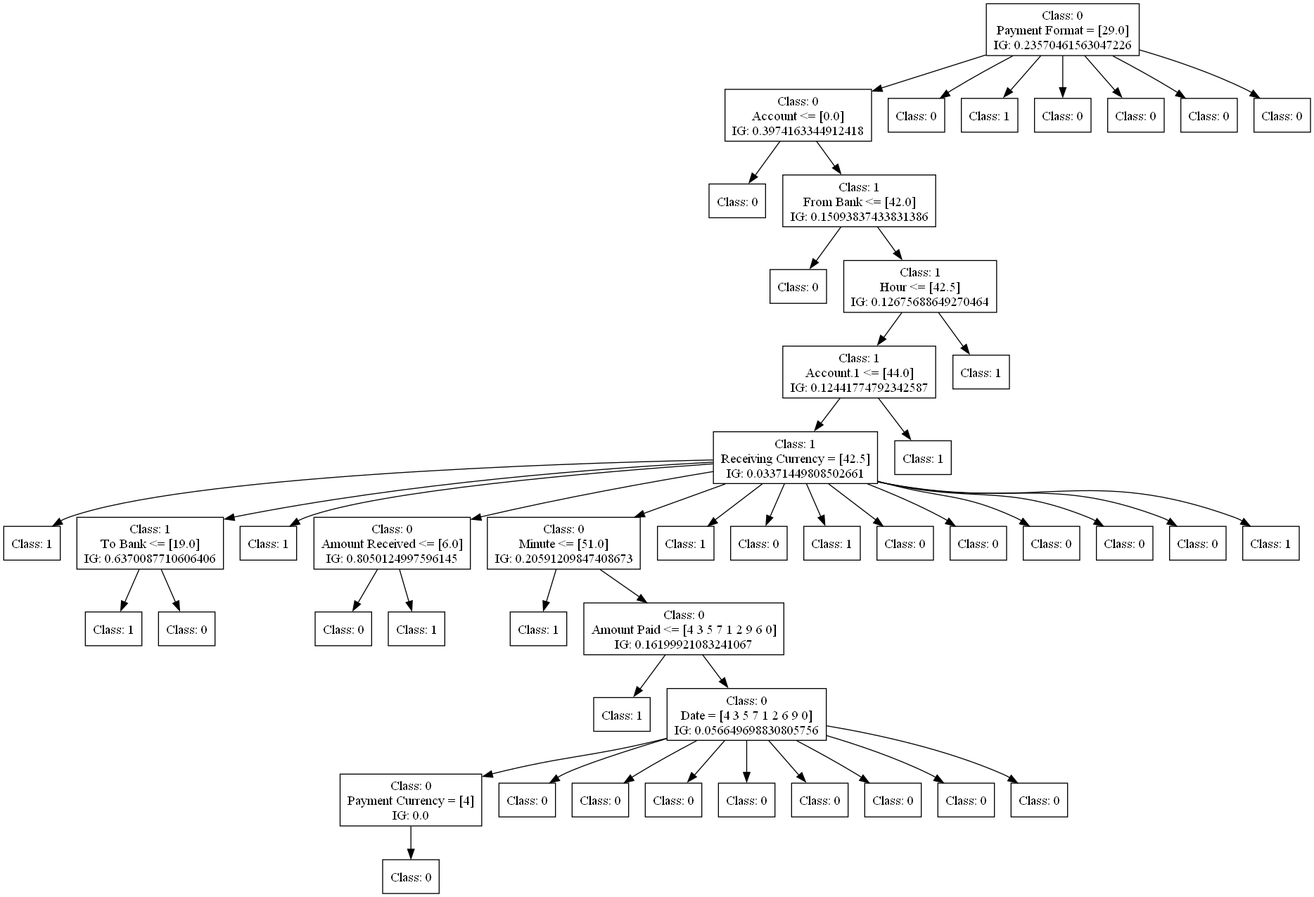
Before: dot_figs/tree-c45-undersampling.png, a diagram exported from Graphviz (FedericoBruzzone/anti-money-laundering). Its source is kept beside it as dot_figs/tree-c45-undersampling.dot.
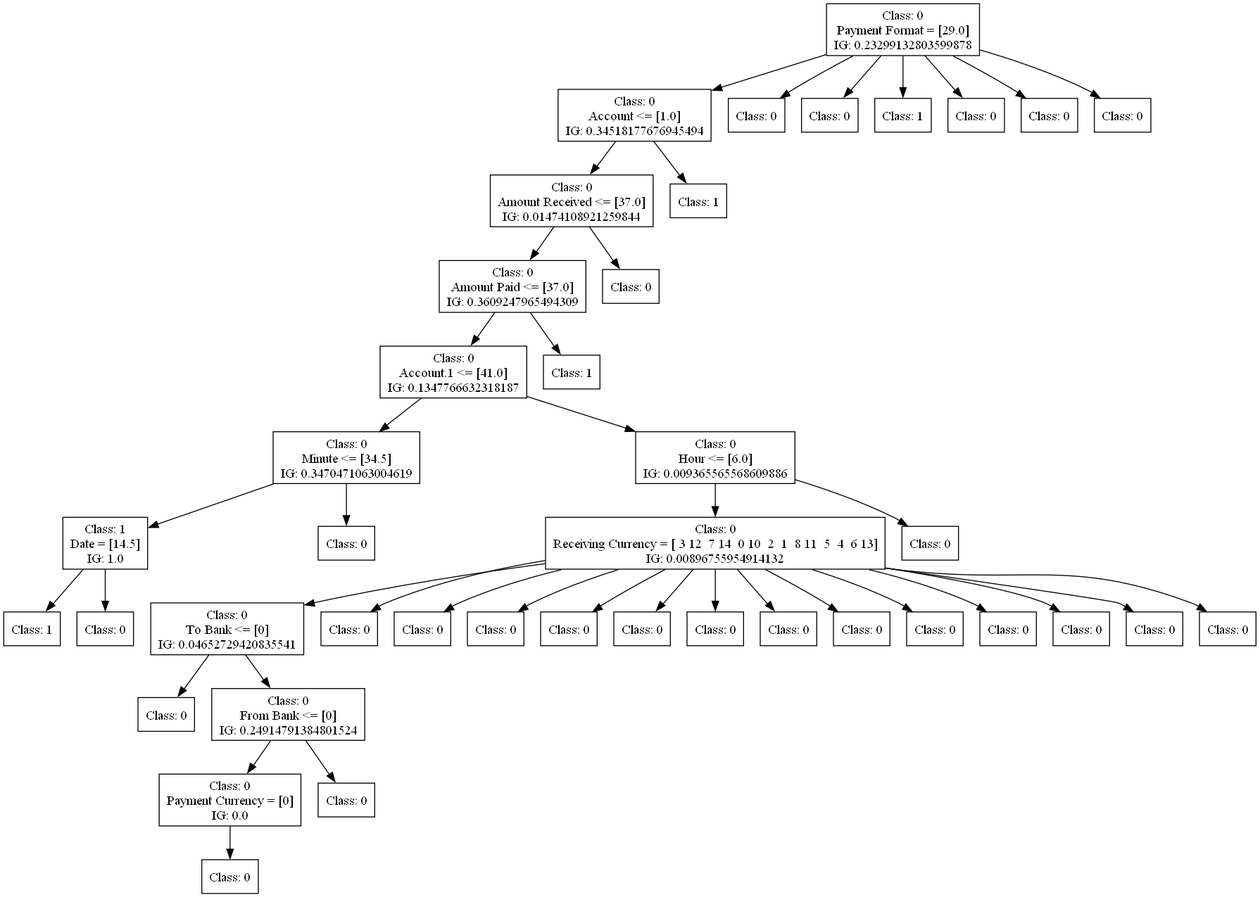
After the change.

The edit, as a diff of the source:
```diff
@@ -1,159 +1,138 @@
 digraph DecisionTree {
 	rankdir=TD;
 	node [shape=box];
-	2509816995056 [label="Class: 0
+	2604055688624 [label="Class: 0
 Payment Format = [29.0]
-IG: 0.23570461563047226"];
-	2509932849920 [label="Class: 0
-Account <= [0.0]
-IG: 0.3974163344912418"];
-	2509816995056 -> 2509932849920;
-	2509728976128 [label="Class: 0
+IG: 0.23299132803599878"];
+	2604055723552 [label="Class: 0
+Account <= [1.0]
+IG: 0.34518177676945494"];
+	2604055688624 -> 2604055723552;
+	2604055723840 [label="Class: 0
+Amount Received <= [37.0]
+IG: 0.01474108921259844"];
+	2604055723552 -> 2604055723840;
+	2604055719952 [label="Class: 0
+Amount Paid <= [37.0]
+IG: 0.3609247965494309"];
+	2604055723840 -> 2604055719952;
+	2604055717072 [label="Class: 0
+Account.1 <= [41.0]
+IG: 0.1347766632318187"];
+	2604055719952 -> 2604055717072;
+	2604055722400 [label="Class: 0
+Minute <= [34.5]
+IG: 0.3470471063004619"];
+	2604055717072 -> 2604055722400;
+	2604055719136 [label="Class: 1
+Date = [14.5]
+IG: 1.0"];
+	2604055722400 -> 2604055719136;
+	2604055721104 [label="Class: 1
 "];
-	2509932849920 -> 2509728976128;
-	2509728976560 [label="Class: 1
-From Bank <= [42.0]
-IG: 0.15093837433831386"];
-	2509932849920 -> 2509728976560;
-	2509728984288 [label="Class: 0
+	2604055719136 -> 2604055721104;
+	2604055723264 [label="Class: 0
 "];
-	2509728976560 -> 2509728984288;
-	2509728984480 [label="Class: 1
-Hour <= [42.5]
-IG: 0.12675688649270464"];
-	2509728976560 -> 2509728984480;
-	2509728746032 [label="Class: 1
-Account.1 <= [44.0]
-IG: 0.12441774792342587"];
-	2509728984480 -> 2509728746032;
-	2509728753472 [label="Class: 1
-Receiving Currency = [42.5]
-IG: 0.03371449808502661"];
-	2509728746032 -> 2509728753472;
-	2509728758512 [label="Class: 1
+	2604055719136 -> 2604055723264;
+	2604055718608 [label="Class: 0
 "];
-	2509728753472 -> 2509728758512;
-	2509728755920 [label="Class: 1
-To Bank <= [19.0]
-IG: 0.6370087710606406"];
-	2509728753472 -> 2509728755920;
-	2509728732048 [label="Class: 1
+	2604055722400 -> 2604055718608;
+	2604055722016 [label="Class: 0
+Hour <= [6.0]
+IG: 0.009365565568609886"];
+	2604055717072 -> 2604055722016;
+	2604055722544 [label="Class: 0
+Receiving Currency = [ 3 12  7 14  0 10  2  1  8 11  5  4  6 13]
+IG: 0.00896755954914132"];
+	2604055722016 -> 2604055722544;
+	2604055718032 [label="Class: 0
+To Bank <= [0]
+IG: 0.04652729420835541"];
+	2604055722544 -> 2604055718032;
+	2604055716832 [label="Class: 0
 "];
-	2509728755920 -> 2509728732048;
-	2509728732480 [label="Class: 0
+	2604055718032 -> 2604055716832;
+	2604003772304 [label="Class: 0
+From Bank <= [0]
+IG: 0.24914791384801524"];
+	2604055718032 -> 2604003772304;
+	2604003772592 [label="Class: 0
+Payment Currency = [0]
+IG: 0.0"];
+	2604003772304 -> 2604003772592;
+	2604003770960 [label="Class: 0
 "];
-	2509728755920 -> 2509728732480;
-	2509728756832 [label="Class: 1
+	2604003772592 -> 2604003770960;
+	2604003773024 [label="Class: 0
 "];
-	2509728753472 -> 2509728756832;
-	2509728759760 [label="Class: 0
-Amount Received <= [6.0]
-IG: 0.8050124997596145"];
-	2509728753472 -> 2509728759760;
-	2509728734400 [label="Class: 0
+	2604003772304 -> 2604003773024;
+	2604055716688 [label="Class: 0
 "];
-	2509728759760 -> 2509728734400;
-	2509728734832 [label="Class: 1
+	2604055722544 -> 2604055716688;
+	2604055720144 [label="Class: 0
 "];
-	2509728759760 -> 2509728734832;
-	2509728759664 [label="Class: 0
-Minute <= [51.0]
-IG: 0.20591209847408673"];
-	2509728753472 -> 2509728759664;
-	2509728737136 [label="Class: 1
+	2604055722544 -> 2604055720144;
+	2604055721440 [label="Class: 0
 "];
-	2509728759664 -> 2509728737136;
-	2509728737568 [label="Class: 0
-Amount Paid <= [4 3 5 7 1 2 9 6 0]
-IG: 0.16199921083241067"];
-	2509728759664 -> 2509728737568;
-	2509728739632 [label="Class: 1
+	2604055722544 -> 2604055721440;
+	2604055718320 [label="Class: 0
 "];
-	2509728737568 -> 2509728739632;
-	2509728740064 [label="Class: 0
-Date = [4 3 5 7 1 2 6 9 0]
-IG: 0.056649698830805756"];
-	2509728737568 -> 2509728740064;
-	2509728741936 [label="Class: 0
-Payment Currency = [4]
-IG: 0.0"];
-	2509728740064 -> 2509728741936;
-	2509728740352 [label="Class: 0
+	2604055722544 -> 2604055718320;
+	2604055718944 [label="Class: 0
 "];
-	2509728741936 -> 2509728740352;
-	2509728741840 [label="Class: 0
+	2604055722544 -> 2604055718944;
+	2604055722640 [label="Class: 0
 "];
-	2509728740064 -> 2509728741840;
-	2509728741600 [label="Class: 0
+	2604055722544 -> 2604055722640;
+	2604055717744 [label="Class: 0
 "];
-	2509728740064 -> 2509728741600;
-	2509728740400 [label="Class: 0
+	2604055722544 -> 2604055717744;
+	2604003771008 [label="Class: 0
 "];
-	2509728740064 -> 2509728740400;
-	2509728741744 [label="Class: 0
+	2604055722544 -> 2604003771008;
+	2604003771344 [label="Class: 0
 "];
-	2509728740064 -> 2509728741744;
-	2509728734352 [label="Class: 0
+	2604055722544 -> 2604003771344;
+	2604003771584 [label="Class: 0
 "];
-	2509728740064 -> 2509728734352;
-	2509728734304 [label="Class: 0
+	2604055722544 -> 2604003771584;
+	2604003770864 [label="Class: 0
 "];
-	2509728740064 -> 2509728734304;
-	2509728742128 [label="Class: 0
+	2604055722544 -> 2604003770864;
+	2604003771872 [label="Class: 0
 "];
-	2509728740064 -> 2509728742128;
-	2509728742080 [label="Class: 0
+	2604055722544 -> 2604003771872;
+	2604003771104 [label="Class: 0
 "];
-	2509728740064 -> 2509728742080;
-	2509728759616 [label="Class: 1
+	2604055722544 -> 2604003771104;
+	2604055719760 [label="Class: 0
 "];
-	2509728753472 -> 2509728759616;
-	2509728757600 [label="Class: 0
+	2604055722016 -> 2604055719760;
+	2604055720864 [label="Class: 1
 "];
-	2509728753472 -> 2509728757600;
-	2509728757552 [label="Class: 1
+	2604055719952 -> 2604055720864;
+	2604055717552 [label="Class: 0
 "];
-	2509728753472 -> 2509728757552;
-	2509728728064 [label="Class: 0
+	2604055723840 -> 2604055717552;
+	2604055723984 [label="Class: 1
 "];
-	2509728753472 -> 2509728728064;
-	2509728728688 [label="Class: 0
+	2604055723552 -> 2604055723984;
+	2604055723888 [label="Class: 0
 "];
-	2509728753472 -> 2509728728688;
-	2509728728880 [label="Class: 0
+	2604055688624 -> 2604055723888;
+	2604055717600 [label="Class: 0
 "];
-	2509728753472 -> 2509728728880;
-	2509728729024 [label="Class: 0
+	2604055688624 -> 2604055717600;
+	2604055718656 [label="Class: 1
 "];
-	2509728753472 -> 2509728729024;
-	2509728729168 [label="Class: 0
+	2604055688624 -> 2604055718656;
+	2604055723120 [label="Class: 0
 "];
-	2509728753472 -> 2509728729168;
-	2509728729312 [label="Class: 1
+	2604055688624 -> 2604055723120;
+	2604055722352 [label="Class: 0
 "];
-	2509728753472 -> 2509728729312;
-	2509728753904 [label="Class: 1
+	2604055688624 -> 2604055722352;
+	2604055722304 [label="Class: 0
 "];
-	2509728746032 -> 2509728753904;
-	2509728746464 [label="Class: 1
-"];
-	2509728984480 -> 2509728746464;
-	2509932848624 [label="Class: 0
-"];
-	2509816995056 -> 2509932848624;
-	2509932846080 [label="Class: 1
-"];
-	2509816995056 -> 2509932846080;
-	2509932849584 [label="Class: 0
-"];
-	2509816995056 -> 2509932849584;
-	2509932845456 [label="Class: 0
-"];
-	2509816995056 -> 2509932845456;
-	2509932845408 [label="Class: 0
-"];
-	2509816995056 -> 2509932845408;
-	2509932850352 [label="Class: 0
-"];
-	2509816995056 -> 2509932850352;
+	2604055688624 -> 2604055722304;
 }
```
